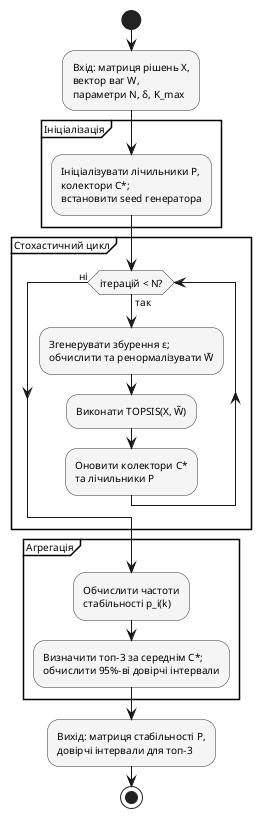
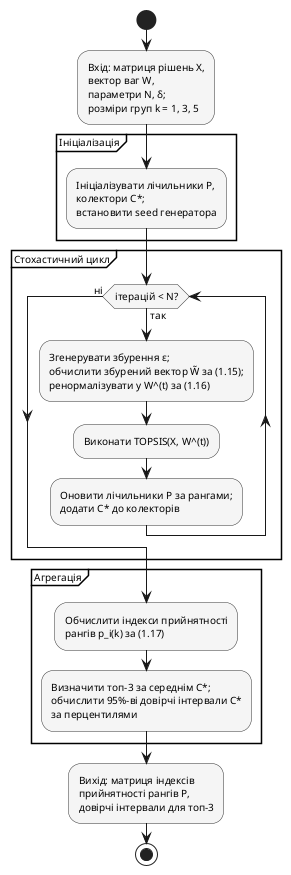
@startuml
' Рис. 2.9. Діаграма діяльності алгоритму Монте-Карло-аналізу чутливості
skinparam shadowing false
skinparam defaultFontName "Times New Roman"
skinparam defaultFontSize 10
skinparam activity {
    BackgroundColor #f5f5f5
    BorderColor #333333
}

start
- :Вхід: матриця рішень X,\nвектор ваг W,\nпараметри N, δ, K_max;
+ :Вхід: матриця рішень X,\nвектор ваг W,\nпараметри N, δ;\nрозміри груп k = 1, 3, 5;

partition "Ініціалізація" {
    :Ініціалізувати лічильники P,\nколектори C*;\nвстановити seed генератора;
}

partition "Стохастичний цикл" {
    while (ітерацій < N?) is (так)
-         :Згенерувати збурення ε;\nобчислити та ренормалізувати W̃;
-         :Виконати TOPSIS(X, W̃);
-         :Оновити колектори C*\nта лічильники P;
+         :Згенерувати збурення ε;\nобчислити збурений вектор W̃ за (1.15);\nренормалізувати у W^(t) за (1.16);
+         :Виконати TOPSIS(X, W^(t));
+         :Оновити лічильники P за рангами;\nдодати C* до колекторів;
    endwhile (ні)
}

partition "Агрегація" {
-     :Обчислити частоти\nстабільності p_i(k);
-     :Визначити топ-3 за середнім C*;\nобчислити 95%-ві довірчі інтервали;
+     :Обчислити індекси прийнятності\nрангів p_i(k) за (1.17);
+     :Визначити топ-3 за середнім C*;\nобчислити 95%-ві довірчі інтервали C*\nза перцентилями;
}

- :Вихід: матриця стабільності P,\nдовірчі інтервали для топ-3;
+ :Вихід: матриця індексів\nприйнятності рангів P,\nдовірчі інтервали для топ-3;
stop

@enduml
